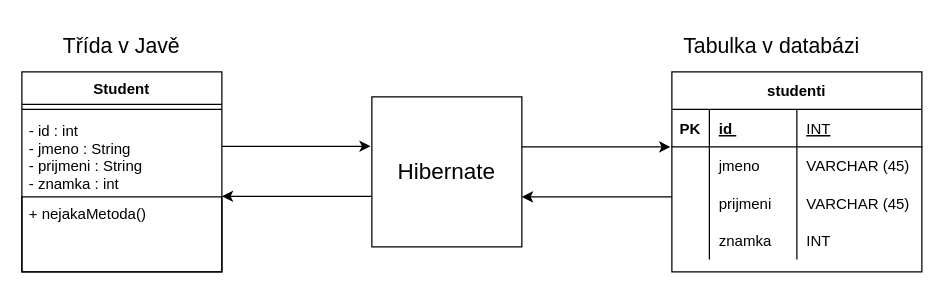
Before: Orm.drawio in bzumik1/UML, a draw.io diagram. Source tidied: cells renumbered, new cells numbered last; positions are measured from the earlier drawing's top-left corner, leaving out a move shared by most shapes. Both pictures are drawn from the tidied source at 125%, with x=0, y=0 at pixel (21, 21).
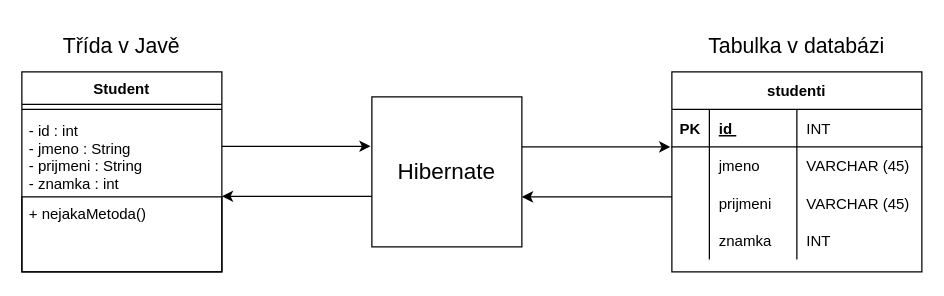
After the change.

The change refers to these unchanged cells:
```xml
<mxCell id="4" style="shape=partialRectangle;fillColor=none;top=0;left=0;bottom=1;right=0;" parent="3" vertex="1">
  <mxGeometry y="30" width="200" height="30" as="geometry" />
</mxCell>
```

Change to the diagram source:
```diff
@@
-    <mxCell id="7" value="INT" style="shape=partialRectangle;fillColor=none;top=0;left=0;bottom=0;right=0;align=left;spacingLeft=6;fontStyle=4;overflow=hidden;" parent="4" vertex="1">
+    <mxCell id="7" value="INT" style="shape=partialRectangle;fillColor=none;top=0;left=0;bottom=0;right=0;align=left;spacingLeft=6;fontStyle=0;overflow=hidden;" parent="4" vertex="1">
       <mxGeometry x="100" width="100" height="30" as="geometry" />
     </mxCell>
@@
     <mxCell id="29" value="&lt;font style=&quot;font-size: 17px&quot;&gt;Tabulka v databázi&lt;/font&gt;" style="text;html=1;strokeColor=none;fillColor=none;align=center;verticalAlign=middle;whiteSpace=wrap;rounded=0;" parent="1" vertex="1">
-      <mxGeometry x="520" width="160" height="40" as="geometry" />
+      <mxGeometry x="520" width="200" height="40" as="geometry" />
     </mxCell>
```
